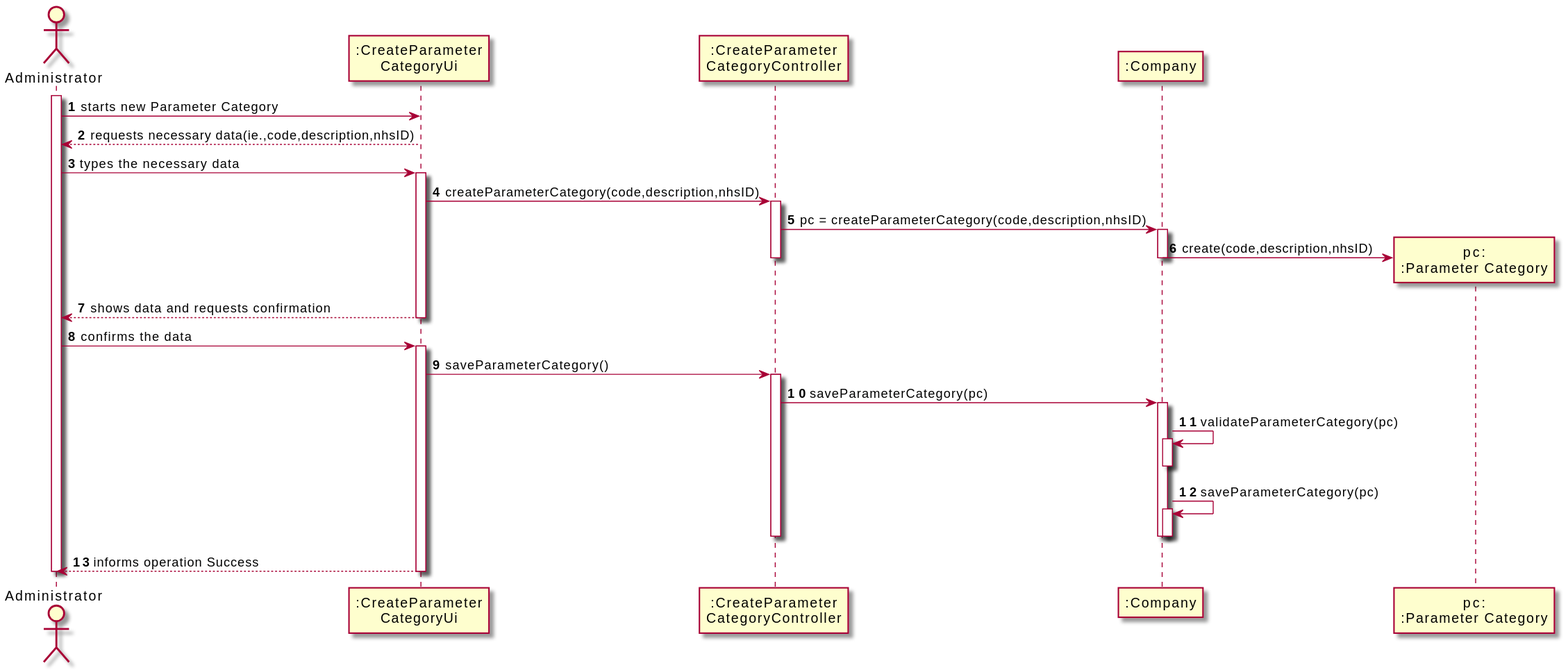
This is docs/SprintB/US_11/US11_SD.svg from RuiRioPina/LAPR2-20-21, a PlantUML export, as it was before one commit.
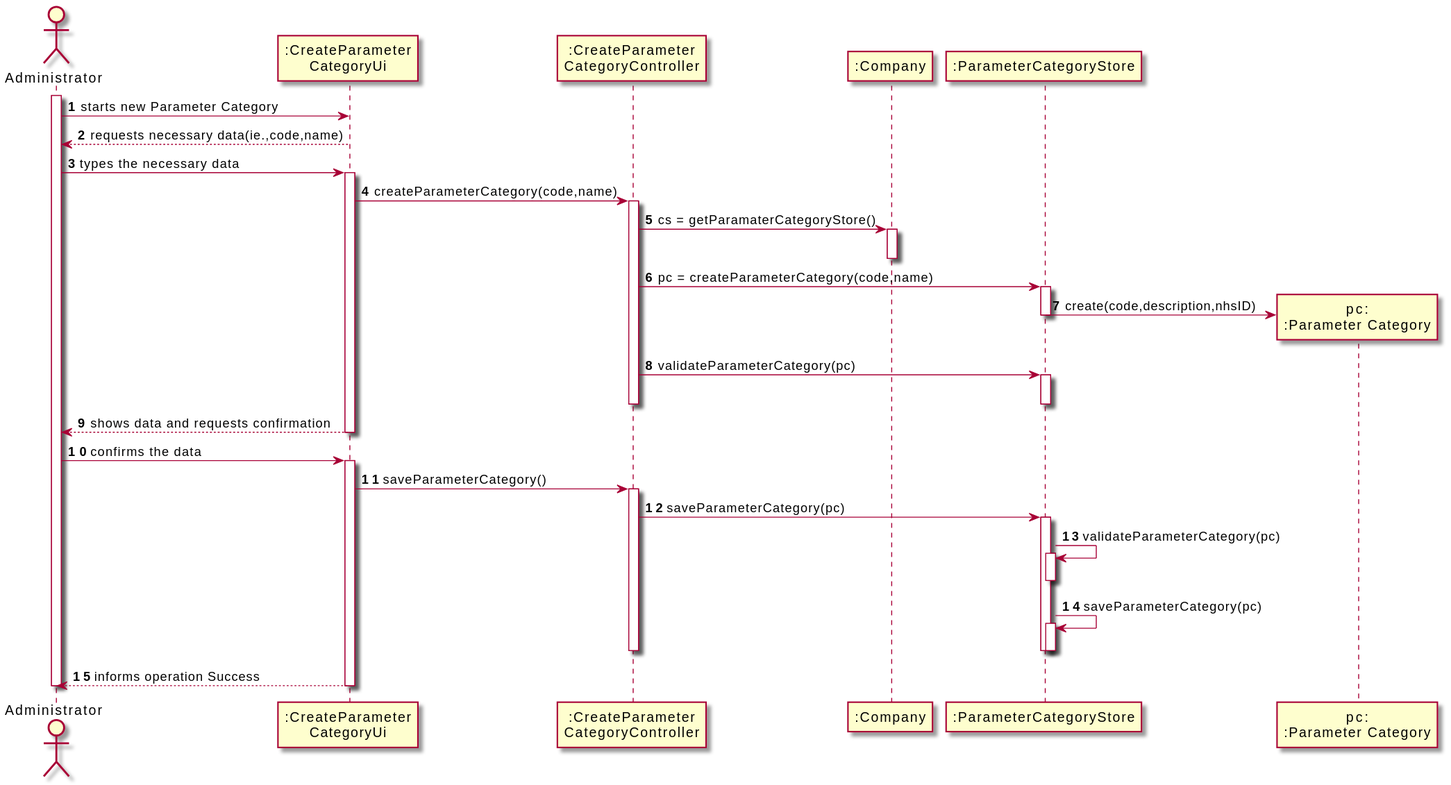
After the change.

The edit, as a diff of the source:
```diff
@@ -5,6 +5,7 @@
 participant ":CreateParameter\nCategoryUi" as UI
 participant ":CreateParameter\nCategoryController" as CTRL
 participant ":Company" as COMP
+participant ":ParameterCategoryStore" as PCT
 
 
 
@@ -14,37 +15,40 @@
 activate ADM
 ADM -> UI : starts new Parameter Category
 
-UI --> ADM : requests necessary data(ie.,code,description,nhsID)
+UI --> ADM : requests necessary data(ie.,code,name)
 deactivate UI
 
 ADM -> UI : types the necessary data
 activate UI
-UI -> CTRL: createParameterCategory(code,description,nhsID)
+UI -> CTRL: createParameterCategory(code,name)
 activate CTRL
-CTRL-> COMP: pc = createParameterCategory(code,description,nhsID)
+CTRL -> COMP : cs = getParamaterCategoryStore()
 activate COMP
-
-
-
-
-COMP -> PC ** : create(code,description,nhsID)
 deactivate COMP
+CTRL -> PCT: pc = createParameterCategory(code,name)
+activate PCT
+PCT -> PC ** : create(code,description,nhsID)
+deactivate PCT
+CTRL -> PCT : validateParameterCategory(pc)
+activate PCT
+deactivate PCT
 deactivate CTRL
 UI --> ADM : shows data and requests confirmation
 deactivate UI
+
 ADM -> UI : confirms the data
 activate UI
 UI -> CTRL: saveParameterCategory()
 activate CTRL
-CTRL -> COMP :saveParameterCategory(pc)
-activate COMP
-COMP -> COMP: validateParameterCategory(pc)
-activate COMP
-deactivate COMP
-COMP -> COMP: saveParameterCategory(pc)
-activate COMP
-deactivate COMP
-deactivate COMP
+CTRL -> PCT :saveParameterCategory(pc)
+activate PCT
+PCT -> PCT: validateParameterCategory(pc)
+activate PCT
+deactivate PCT
+PCT -> PCT: saveParameterCategory(pc)
+activate PCT
+deactivate PCT
+deactivate PCT
 deactivate CTRL
 UI --> ADM: informs operation Success
 deactivate UI
```
